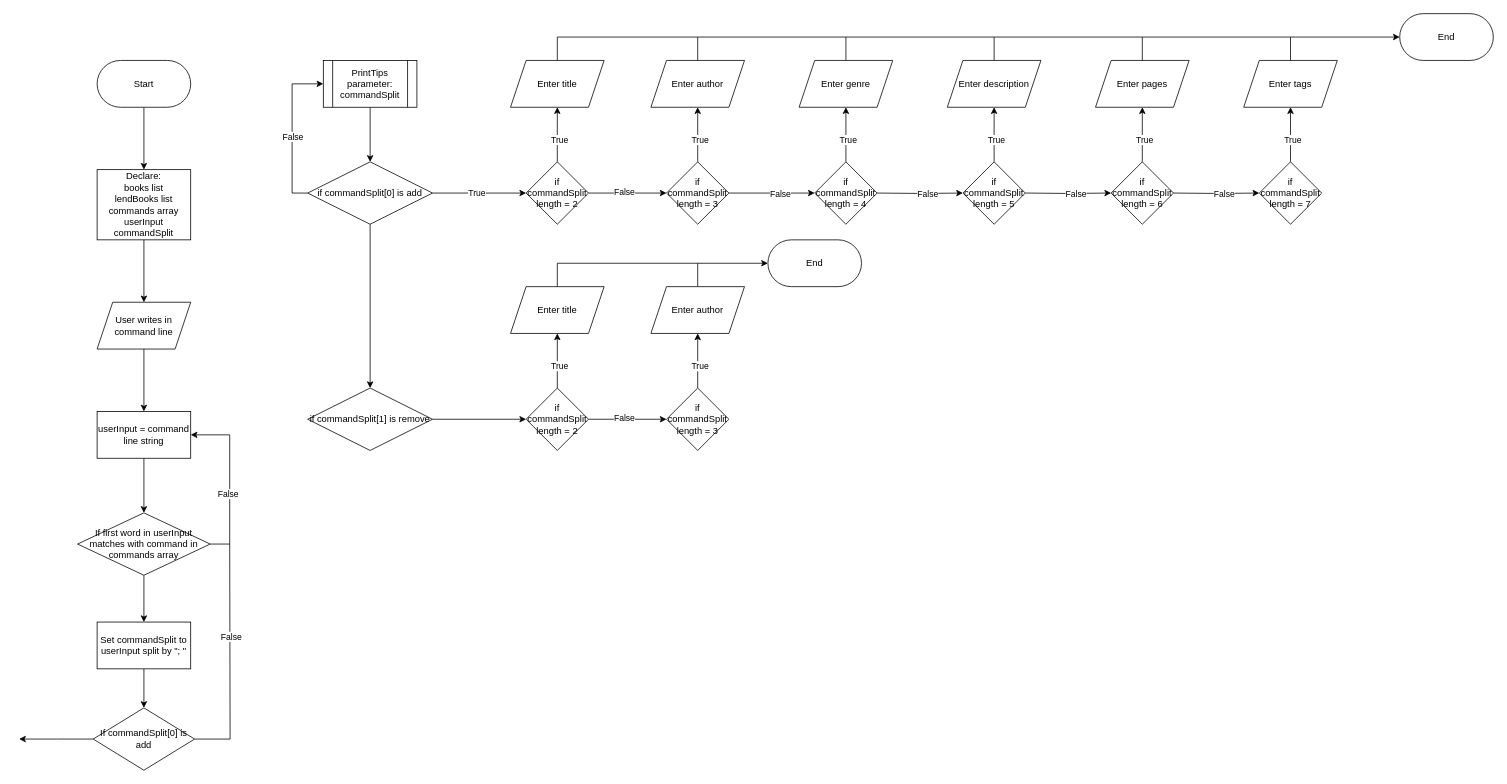
This is Nemo - Library Flowchart 2.drawio from jpeg-artifact/Library, a draw.io file, before an edit. Source tidied: cells renumbered, new cells numbered last; positions are measured from the earlier drawing's top-left corner, leaving out a move shared by most shapes. Both pictures are drawn from the tidied source at 78%, with x=0, y=0 at pixel (19, 13).
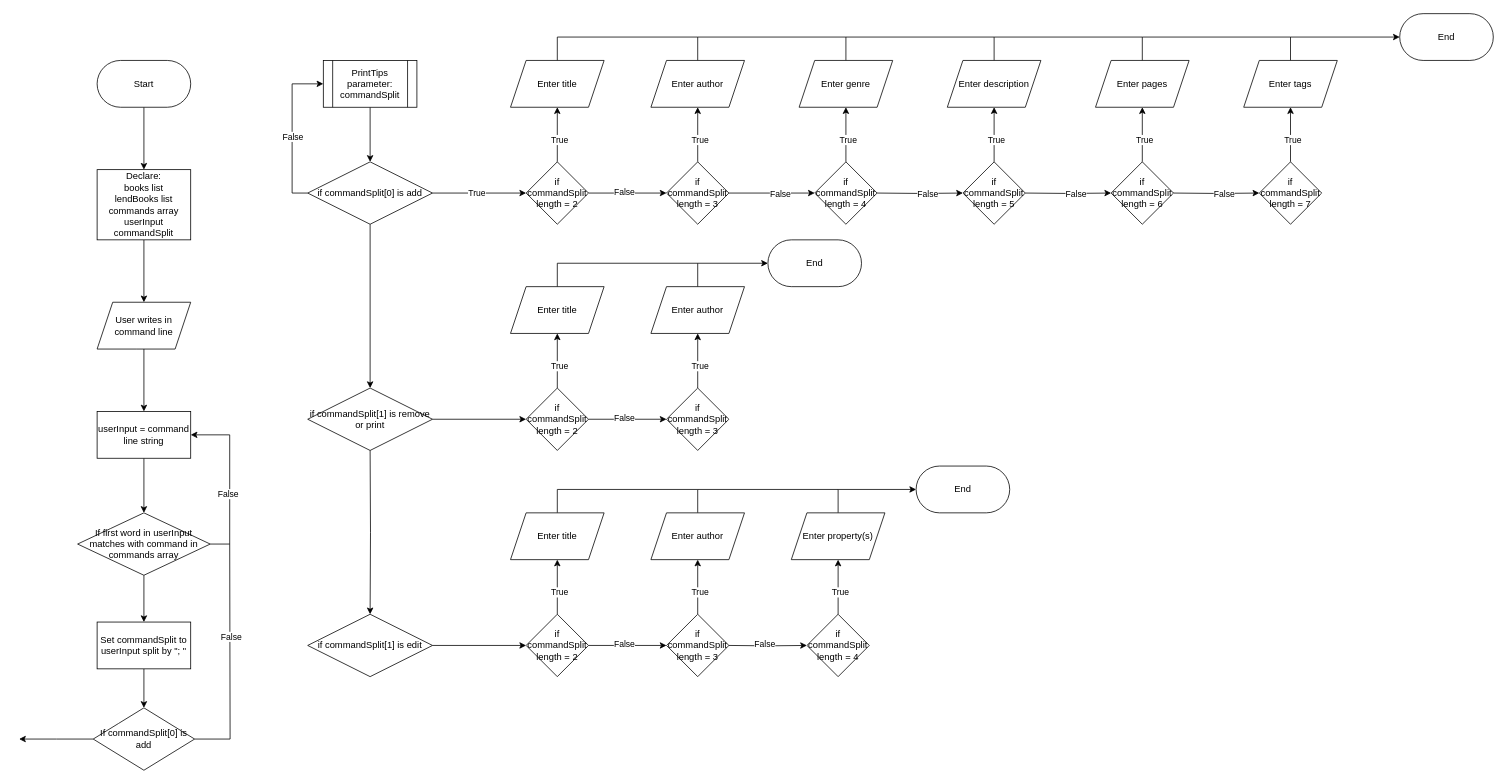
The same diagram, later.

Diff of the diagram source:
```diff
@@
-    <mxCell id="70" value="if commandSplit[1] is remove" style="rhombus;whiteSpace=wrap;html=1;" parent="1" vertex="1">
+    <mxCell id="70" value="if commandSplit[1] is remove or print" style="rhombus;whiteSpace=wrap;html=1;" parent="1" vertex="1">
       <mxGeometry x="370" y="480" width="160" height="80" as="geometry" />
     </mxCell>
@@
+    <mxCell id="84" style="edgeStyle=orthogonalEdgeStyle;rounded=0;jettySize=auto;html=1;" parent="1" edge="1" target="86">
+      <mxGeometry relative="1" as="geometry">
+        <mxPoint x="450" y="560" as="sourcePoint" />
+      </mxGeometry>
+    </mxCell>
+    <mxCell id="85" style="edgeStyle=orthogonalEdgeStyle;rounded=0;jettySize=auto;html=1;exitX=1;exitY=0.5;exitDx=0;exitDy=0;entryX=0;entryY=0.5;entryDx=0;entryDy=0;" parent="1" edge="1" source="86" target="91">
+      <mxGeometry relative="1" as="geometry" />
+    </mxCell>
+    <mxCell id="86" value="if commandSplit[1] is edit" style="rhombus;whiteSpace=wrap;html=1;" parent="1" vertex="1">
+      <mxGeometry x="370" y="770" width="160" height="80" as="geometry" />
+    </mxCell>
+    <mxCell id="87" style="edgeStyle=orthogonalEdgeStyle;rounded=0;jettySize=auto;html=1;" parent="1" edge="1" source="91" target="93">
+      <mxGeometry relative="1" as="geometry" />
+    </mxCell>
+    <mxCell id="88" value="True" style="edgeLabel;html=1;align=center;verticalAlign=middle;" parent="87" vertex="1">
+      <mxGeometry x="-0.18" y="-2" relative="1" as="geometry" />
+    </mxCell>
+    <mxCell id="89" style="edgeStyle=orthogonalEdgeStyle;rounded=0;jettySize=auto;html=1;exitX=1;exitY=0.5;exitDx=0;exitDy=0;entryX=0;entryY=0.5;entryDx=0;entryDy=0;" parent="1" edge="1" source="91" target="96">
+      <mxGeometry relative="1" as="geometry" />
+    </mxCell>
+    <mxCell id="90" value="False" style="edgeLabel;html=1;align=center;verticalAlign=middle;" parent="89" vertex="1">
+      <mxGeometry x="-0.1" y="2" relative="1" as="geometry" />
+    </mxCell>
+    <mxCell id="91" value="if commandSplit length = 2" style="rhombus;whiteSpace=wrap;html=1;" parent="1" vertex="1">
+      <mxGeometry x="650" y="770" width="80" height="80" as="geometry" />
+    </mxCell>
+    <mxCell id="92" style="edgeStyle=orthogonalEdgeStyle;rounded=0;jettySize=auto;html=1;exitX=0.5;exitY=0;exitDx=0;exitDy=0;endArrow=none;endFill=0;" parent="1" edge="1" source="93">
+      <mxGeometry relative="1" as="geometry">
+        <mxPoint x="870" y="610" as="targetPoint" />
+        <Array as="points">
+          <mxPoint x="690" y="610" />
+        </Array>
+      </mxGeometry>
+    </mxCell>
+    <mxCell id="93" value="Enter title" style="shape=parallelogram;perimeter=parallelogramPerimeter;whiteSpace=wrap;html=1;fixedSize=1;" parent="1" vertex="1">
+      <mxGeometry x="630" y="640" width="120" height="60" as="geometry" />
+    </mxCell>
+    <mxCell id="94" style="edgeStyle=orthogonalEdgeStyle;rounded=0;jettySize=auto;html=1;" parent="1" edge="1" source="96" target="98">
+      <mxGeometry relative="1" as="geometry" />
+    </mxCell>
+    <mxCell id="95" value="True" style="edgeLabel;html=1;align=center;verticalAlign=middle;" parent="94" vertex="1">
+      <mxGeometry x="-0.18" y="-2" relative="1" as="geometry" />
+    </mxCell>
+    <mxCell id="96" value="if commandSplit length = 3" style="rhombus;whiteSpace=wrap;html=1;" parent="1" vertex="1">
+      <mxGeometry x="830" y="770" width="80" height="80" as="geometry" />
+    </mxCell>
+    <mxCell id="97" style="edgeStyle=orthogonalEdgeStyle;rounded=0;jettySize=auto;html=1;exitX=0.5;exitY=0;exitDx=0;exitDy=0;endArrow=none;endFill=0;" parent="1" edge="1" source="98">
+      <mxGeometry relative="1" as="geometry">
+        <mxPoint x="1050" y="610" as="targetPoint" />
+        <Array as="points">
+          <mxPoint x="870" y="610" />
+        </Array>
+      </mxGeometry>
+    </mxCell>
+    <mxCell id="98" value="Enter author" style="shape=parallelogram;perimeter=parallelogramPerimeter;whiteSpace=wrap;html=1;fixedSize=1;" parent="1" vertex="1">
+      <mxGeometry x="810" y="640" width="120" height="60" as="geometry" />
+    </mxCell>
+    <mxCell id="99" value="End" style="rounded=1;whiteSpace=wrap;html=1;arcSize=50;" parent="1" vertex="1">
+      <mxGeometry x="1150" y="580" width="120" height="60" as="geometry" />
+    </mxCell>
+    <mxCell id="100" style="edgeStyle=orthogonalEdgeStyle;rounded=0;jettySize=auto;html=1;exitX=1;exitY=0.5;exitDx=0;exitDy=0;entryX=0;entryY=0.5;entryDx=0;entryDy=0;" parent="1" edge="1" target="104">
+      <mxGeometry relative="1" as="geometry">
+        <mxPoint x="910" y="810" as="sourcePoint" />
+      </mxGeometry>
+    </mxCell>
+    <mxCell id="101" value="False" style="edgeLabel;html=1;align=center;verticalAlign=middle;" parent="100" vertex="1">
+      <mxGeometry x="-0.1" y="2" relative="1" as="geometry" />
+    </mxCell>
+    <mxCell id="102" style="edgeStyle=orthogonalEdgeStyle;rounded=0;jettySize=auto;html=1;" parent="1" edge="1" source="104" target="106">
+      <mxGeometry relative="1" as="geometry" />
+    </mxCell>
+    <mxCell id="103" value="True" style="edgeLabel;html=1;align=center;verticalAlign=middle;" parent="102" vertex="1">
+      <mxGeometry x="-0.18" y="-2" relative="1" as="geometry" />
+    </mxCell>
+    <mxCell id="104" value="if commandSplit length = 4" style="rhombus;whiteSpace=wrap;html=1;" parent="1" vertex="1">
+      <mxGeometry x="1010" y="770" width="80" height="80" as="geometry" />
+    </mxCell>
+    <mxCell id="105" style="edgeStyle=orthogonalEdgeStyle;rounded=0;jettySize=auto;html=1;exitX=0.5;exitY=0;exitDx=0;exitDy=0;entryX=0;entryY=0.5;entryDx=0;entryDy=0;" parent="1" edge="1" source="106" target="99">
+      <mxGeometry relative="1" as="geometry" />
+    </mxCell>
+    <mxCell id="106" value="Enter property(s)" style="shape=parallelogram;perimeter=parallelogramPerimeter;whiteSpace=wrap;html=1;fixedSize=1;" parent="1" vertex="1">
+      <mxGeometry x="990" y="640" width="120" height="60" as="geometry" />
+    </mxCell>
```
